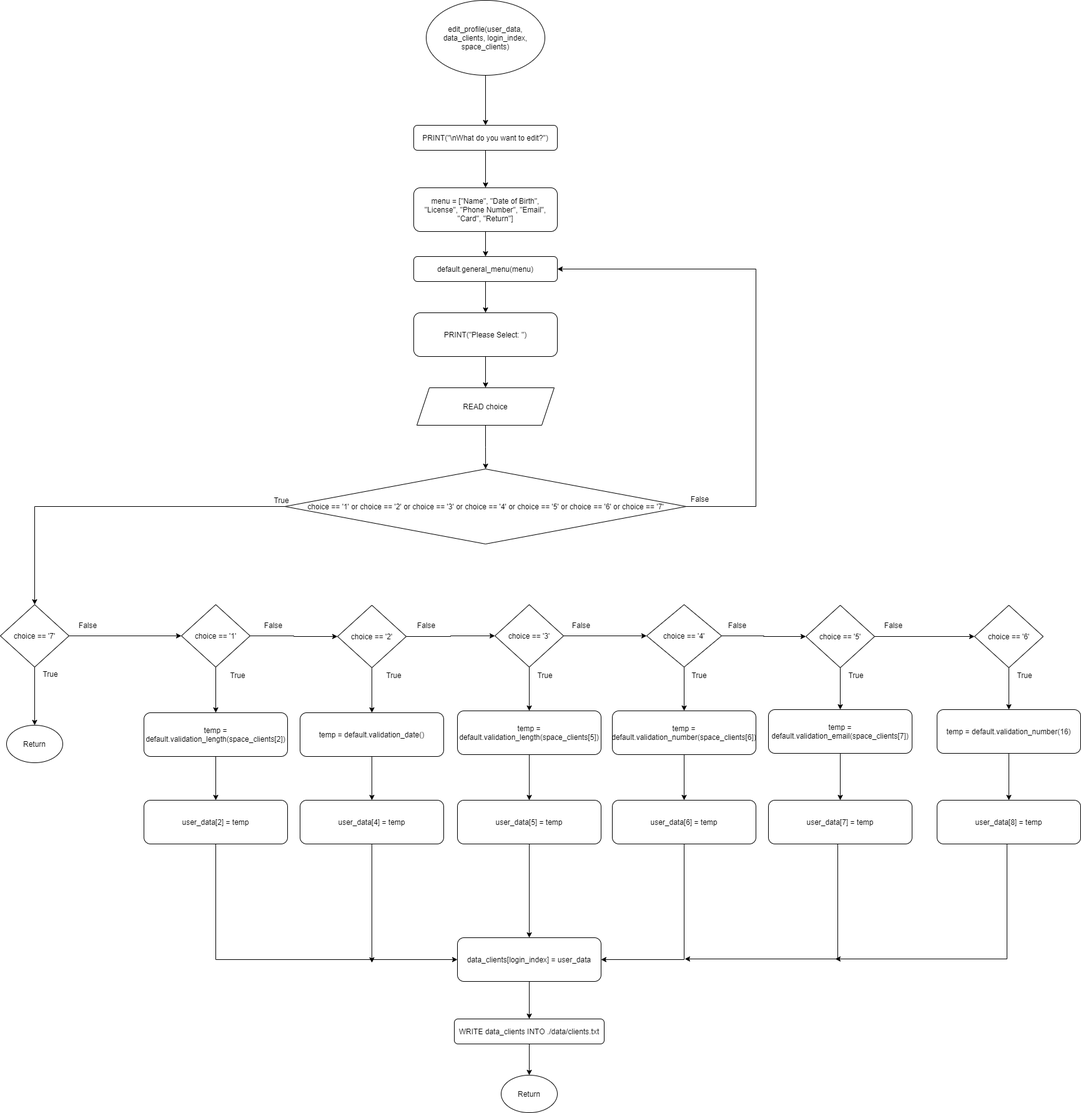
Earlier version of the draw.io export Flowchart/clients/edit_profile.png (RabbitBear00/Car-Rental-System). Source tidied: cells renumbered, new cells last; positions are measured from the earlier drawing's top-left corner, leaving out a move shared by most shapes.
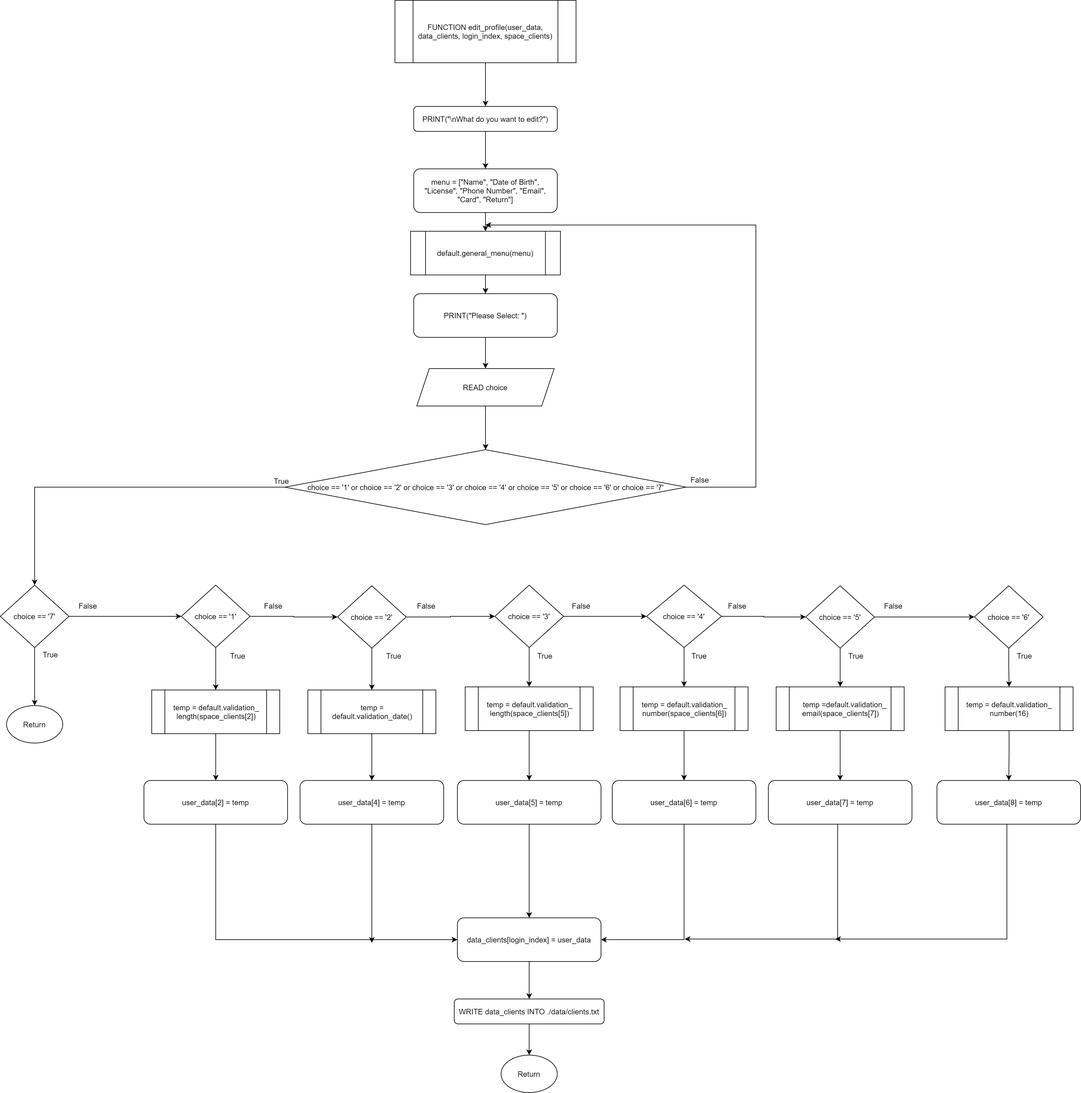
Later version of the same file.

The edit, as a diff of the source:
```diff
@@ -2,19 +2,13 @@
   <root>
     <mxCell id="0" />
     <mxCell id="1" parent="0" />
-    <mxCell id="2" style="edgeStyle=orthogonalEdgeStyle;rounded=0;jettySize=auto;html=1;" parent="1" edge="1" source="3" target="5">
-      <mxGeometry relative="1" as="geometry" />
-    </mxCell>
-    <mxCell id="3" value="edit_profile(user_data, data_clients, login_index, space_clients)" style="ellipse;whiteSpace=wrap;html=1;" parent="1" vertex="1">
-      <mxGeometry x="682" width="190" height="120" as="geometry" />
-    </mxCell>
     <mxCell id="4" style="edgeStyle=orthogonalEdgeStyle;rounded=0;jettySize=auto;html=1;" parent="1" edge="1" source="5" target="7">
       <mxGeometry relative="1" as="geometry" />
     </mxCell>
     <mxCell id="5" value="PRINT(&quot;\nWhat do you want to edit?&quot;)" style="rounded=1;whiteSpace=wrap;html=1;" parent="1" vertex="1">
       <mxGeometry x="662" y="200" width="230" height="40" as="geometry" />
     </mxCell>
-    <mxCell id="6" style="edgeStyle=orthogonalEdgeStyle;rounded=0;jettySize=auto;html=1;" parent="1" edge="1" source="7" target="62">
+    <mxCell id="6" style="edgeStyle=orthogonalEdgeStyle;rounded=0;jettySize=auto;html=1;endFill=1;" parent="1" edge="1" source="7" target="62">
       <mxGeometry relative="1" as="geometry" />
     </mxCell>
     <mxCell id="7" value="menu = [&quot;Name&quot;, &quot;Date of Birth&quot;, &quot;License&quot;, &quot;Phone Number&quot;, &quot;Email&quot;, &quot;Card&quot;, &quot;Return&quot;]" style="rounded=1;whiteSpace=wrap;html=1;" parent="1" vertex="1">
@@ -23,11 +17,12 @@
     <mxCell id="8" style="edgeStyle=orthogonalEdgeStyle;rounded=0;jettySize=auto;html=1;exitX=0;exitY=0.5;exitDx=0;exitDy=0;entryX=0.5;entryY=0;entryDx=0;entryDy=0;" parent="1" edge="1" source="10" target="30">
       <mxGeometry relative="1" as="geometry" />
     </mxCell>
-    <mxCell id="9" style="edgeStyle=orthogonalEdgeStyle;rounded=0;jettySize=auto;html=1;entryX=1;entryY=0.5;entryDx=0;entryDy=0;" parent="1" edge="1" source="10" target="62">
+    <mxCell id="9" style="edgeStyle=orthogonalEdgeStyle;rounded=0;jettySize=auto;html=1;" parent="1" edge="1" source="10">
       <mxGeometry relative="1" as="geometry">
+        <mxPoint x="777" y="390" as="targetPoint" />
         <Array as="points">
           <mxPoint x="1210" y="810" />
-          <mxPoint x="1210" y="430" />
+          <mxPoint x="1210" y="390" />
         </Array>
       </mxGeometry>
     </mxCell>
@@ -37,16 +32,16 @@
     <mxCell id="11" style="edgeStyle=orthogonalEdgeStyle;rounded=0;jettySize=auto;html=1;" parent="1" edge="1" source="13" target="16">
       <mxGeometry relative="1" as="geometry" />
     </mxCell>
-    <mxCell id="12" style="edgeStyle=orthogonalEdgeStyle;rounded=0;jettySize=auto;html=1;" parent="1" edge="1" source="13" target="33">
-      <mxGeometry relative="1" as="geometry" />
-    </mxCell>
+    <mxCell id="83" style="edgeStyle=orthogonalEdgeStyle;rounded=0;jettySize=auto;html=1;endFill=1;" parent="1" edge="1" source="13" target="91">
+      <mxGeometry relative="1" as="geometry" />
+    </mxCell>
     <mxCell id="13" value="choice == '1'" style="rhombus;whiteSpace=wrap;html=1;" parent="1" vertex="1">
       <mxGeometry x="290" y="967" width="110" height="100" as="geometry" />
     </mxCell>
     <mxCell id="14" style="edgeStyle=orthogonalEdgeStyle;rounded=0;jettySize=auto;html=1;" parent="1" edge="1" source="16" target="19">
       <mxGeometry relative="1" as="geometry" />
     </mxCell>
-    <mxCell id="15" style="edgeStyle=orthogonalEdgeStyle;rounded=0;jettySize=auto;html=1;" parent="1" edge="1" source="16" target="35">
+    <mxCell id="15" style="edgeStyle=orthogonalEdgeStyle;rounded=0;jettySize=auto;html=1;endFill=1;" parent="1" edge="1" source="16" target="35">
       <mxGeometry relative="1" as="geometry" />
     </mxCell>
     <mxCell id="16" value="choice == '2'" style="rhombus;whiteSpace=wrap;html=1;" parent="1" vertex="1">
@@ -55,33 +50,33 @@
     <mxCell id="17" style="edgeStyle=orthogonalEdgeStyle;rounded=0;jettySize=auto;html=1;" parent="1" edge="1" source="19" target="22">
       <mxGeometry relative="1" as="geometry" />
     </mxCell>
-    <mxCell id="18" style="edgeStyle=orthogonalEdgeStyle;rounded=0;jettySize=auto;html=1;" parent="1" edge="1" source="19" target="37">
-      <mxGeometry relative="1" as="geometry" />
-    </mxCell>
+    <mxCell id="84" style="edgeStyle=orthogonalEdgeStyle;rounded=0;jettySize=auto;html=1;endFill=1;" parent="1" edge="1" source="19" target="93">
+      <mxGeometry relative="1" as="geometry" />
+    </mxCell>
     <mxCell id="19" value="choice == '3'" style="rhombus;whiteSpace=wrap;html=1;" parent="1" vertex="1">
       <mxGeometry x="792" y="967" width="110" height="100" as="geometry" />
     </mxCell>
     <mxCell id="20" style="edgeStyle=orthogonalEdgeStyle;rounded=0;jettySize=auto;html=1;entryX=0;entryY=0.5;entryDx=0;entryDy=0;" parent="1" edge="1" source="22" target="25">
       <mxGeometry relative="1" as="geometry" />
     </mxCell>
-    <mxCell id="21" style="edgeStyle=orthogonalEdgeStyle;rounded=0;jettySize=auto;html=1;" parent="1" edge="1" source="22" target="39">
-      <mxGeometry relative="1" as="geometry" />
-    </mxCell>
+    <mxCell id="85" style="edgeStyle=orthogonalEdgeStyle;rounded=0;jettySize=auto;html=1;endFill=1;" parent="1" edge="1" source="22" target="95">
+      <mxGeometry relative="1" as="geometry" />
+    </mxCell>
     <mxCell id="22" value="choice == '4'" style="rhombus;whiteSpace=wrap;html=1;" parent="1" vertex="1">
       <mxGeometry x="1035" y="967" width="120" height="100" as="geometry" />
     </mxCell>
     <mxCell id="23" style="edgeStyle=orthogonalEdgeStyle;rounded=0;jettySize=auto;html=1;entryX=0;entryY=0.5;entryDx=0;entryDy=0;" parent="1" edge="1" source="25" target="27">
       <mxGeometry relative="1" as="geometry" />
     </mxCell>
-    <mxCell id="24" style="edgeStyle=orthogonalEdgeStyle;rounded=0;jettySize=auto;html=1;" parent="1" edge="1" source="25" target="41">
-      <mxGeometry relative="1" as="geometry" />
-    </mxCell>
+    <mxCell id="86" style="edgeStyle=orthogonalEdgeStyle;rounded=0;jettySize=auto;html=1;endFill=1;" parent="1" edge="1" source="25" target="97">
+      <mxGeometry relative="1" as="geometry" />
+    </mxCell>
     <mxCell id="25" value="choice == '5'" style="rhombus;whiteSpace=wrap;html=1;" parent="1" vertex="1">
       <mxGeometry x="1290" y="968" width="110" height="100" as="geometry" />
     </mxCell>
-    <mxCell id="26" style="edgeStyle=orthogonalEdgeStyle;rounded=0;jettySize=auto;html=1;" parent="1" edge="1" source="27" target="43">
-      <mxGeometry relative="1" as="geometry" />
-    </mxCell>
+    <mxCell id="87" style="edgeStyle=orthogonalEdgeStyle;rounded=0;jettySize=auto;html=1;endFill=1;" parent="1" edge="1" source="27" target="99">
+      <mxGeometry relative="1" as="geometry" />
+    </mxCell>
     <mxCell id="27" value="choice == '6'" style="rhombus;whiteSpace=wrap;html=1;" parent="1" vertex="1">
       <mxGeometry x="1560" y="968" width="110" height="100" as="geometry" />
     </mxCell>
@@ -97,42 +92,6 @@
     <mxCell id="31" value="Return" style="ellipse;whiteSpace=wrap;html=1;" parent="1" vertex="1">
       <mxGeometry x="10" y="1160" width="90" height="60" as="geometry" />
     </mxCell>
-    <mxCell id="32" style="edgeStyle=orthogonalEdgeStyle;rounded=0;jettySize=auto;html=1;" parent="1" edge="1" source="33" target="45">
-      <mxGeometry relative="1" as="geometry" />
-    </mxCell>
-    <mxCell id="33" value="temp = default.validation_length(space_clients[2])" style="rounded=1;whiteSpace=wrap;html=1;" parent="1" vertex="1">
-      <mxGeometry x="230" y="1140" width="230" height="70" as="geometry" />
-    </mxCell>
-    <mxCell id="34" style="edgeStyle=orthogonalEdgeStyle;rounded=0;jettySize=auto;html=1;" parent="1" edge="1" source="35" target="47">
-      <mxGeometry relative="1" as="geometry" />
-    </mxCell>
-    <mxCell id="35" value="temp = default.validation_date()" style="rounded=1;whiteSpace=wrap;html=1;" parent="1" vertex="1">
-      <mxGeometry x="480" y="1140" width="230" height="70" as="geometry" />
-    </mxCell>
-    <mxCell id="36" style="edgeStyle=orthogonalEdgeStyle;rounded=0;jettySize=auto;html=1;" parent="1" edge="1" source="37" target="49">
-      <mxGeometry relative="1" as="geometry" />
-    </mxCell>
-    <mxCell id="37" value="temp = default.validation_length(space_clients[5])" style="rounded=1;whiteSpace=wrap;html=1;" parent="1" vertex="1">
-      <mxGeometry x="732" y="1137" width="230" height="70" as="geometry" />
-    </mxCell>
-    <mxCell id="38" style="edgeStyle=orthogonalEdgeStyle;rounded=0;jettySize=auto;html=1;" parent="1" edge="1" source="39" target="51">
-      <mxGeometry relative="1" as="geometry" />
-    </mxCell>
-    <mxCell id="39" value="temp = default.validation_number(space_clients[6])" style="rounded=1;whiteSpace=wrap;html=1;" parent="1" vertex="1">
-      <mxGeometry x="980" y="1137" width="230" height="70" as="geometry" />
-    </mxCell>
-    <mxCell id="40" style="edgeStyle=orthogonalEdgeStyle;rounded=0;jettySize=auto;html=1;" parent="1" edge="1" source="41" target="53">
-      <mxGeometry relative="1" as="geometry" />
-    </mxCell>
-    <mxCell id="41" value="temp = default.validation_email(space_clients[7])" style="rounded=1;whiteSpace=wrap;html=1;" parent="1" vertex="1">
-      <mxGeometry x="1230" y="1135" width="230" height="70" as="geometry" />
-    </mxCell>
-    <mxCell id="42" style="edgeStyle=orthogonalEdgeStyle;rounded=0;jettySize=auto;html=1;" parent="1" edge="1" source="43" target="55">
-      <mxGeometry relative="1" as="geometry" />
-    </mxCell>
-    <mxCell id="43" value="temp = default.validation_number(16)" style="rounded=1;whiteSpace=wrap;html=1;" parent="1" vertex="1">
-      <mxGeometry x="1500" y="1135" width="230" height="70" as="geometry" />
-    </mxCell>
     <mxCell id="44" style="edgeStyle=orthogonalEdgeStyle;rounded=0;jettySize=auto;html=1;entryX=0;entryY=0.5;entryDx=0;entryDy=0;" parent="1" edge="1" source="45" target="79">
       <mxGeometry relative="1" as="geometry">
         <Array as="points">
@@ -206,12 +165,6 @@
     <mxCell id="60" value="READ choice" style="shape=parallelogram;perimeter=parallelogramPerimeter;whiteSpace=wrap;html=1;fixedSize=1;" parent="1" vertex="1">
       <mxGeometry x="667" y="620" width="220" height="60" as="geometry" />
     </mxCell>
-    <mxCell id="61" style="edgeStyle=orthogonalEdgeStyle;rounded=0;jettySize=auto;html=1;" parent="1" edge="1" source="62" target="57">
-      <mxGeometry relative="1" as="geometry" />
-    </mxCell>
-    <mxCell id="62" value="default.general_menu(menu)" style="rounded=1;whiteSpace=wrap;html=1;" parent="1" vertex="1">
-      <mxGeometry x="662" y="410" width="230" height="40" as="geometry" />
-    </mxCell>
     <mxCell id="63" value="True" style="text;html=1;align=center;verticalAlign=middle;strokeColor=none;" parent="1" vertex="1">
       <mxGeometry x="60" y="1068" width="40" height="20" as="geometry" />
     </mxCell>
@@ -272,5 +225,53 @@
     <mxCell id="82" value="Return" style="ellipse;whiteSpace=wrap;html=1;" parent="1" vertex="1">
       <mxGeometry x="802" y="1720" width="90" height="60" as="geometry" />
     </mxCell>
+    <mxCell id="88" style="edgeStyle=orthogonalEdgeStyle;rounded=0;jettySize=auto;html=1;endFill=1;" parent="1" edge="1" source="89" target="5">
+      <mxGeometry relative="1" as="geometry" />
+    </mxCell>
+    <mxCell id="89" value="FUNCTION edit_profile(user_data, data_clients, login_index, space_clients)" style="shape=process;whiteSpace=wrap;html=1;backgroundOutline=1;" parent="1" vertex="1">
+      <mxGeometry x="632" y="30" width="290" height="100" as="geometry" />
+    </mxCell>
+    <mxCell id="90" style="edgeStyle=orthogonalEdgeStyle;rounded=0;jettySize=auto;html=1;endFill=1;" parent="1" edge="1" source="91" target="45">
+      <mxGeometry relative="1" as="geometry" />
+    </mxCell>
+    <mxCell id="91" value="temp = default.validation_ length(space_clients[2])" style="shape=process;whiteSpace=wrap;html=1;backgroundOutline=1;" parent="1" vertex="1">
+      <mxGeometry x="242.5" y="1135" width="205" height="70" as="geometry" />
+    </mxCell>
+    <mxCell id="34" style="edgeStyle=orthogonalEdgeStyle;rounded=0;jettySize=auto;html=1;endFill=1;" parent="1" edge="1" source="35" target="47">
+      <mxGeometry relative="1" as="geometry" />
+    </mxCell>
+    <mxCell id="35" value="temp = default.validation_date()" style="shape=process;whiteSpace=wrap;html=1;backgroundOutline=1;" parent="1" vertex="1">
+      <mxGeometry x="492.5" y="1135" width="205" height="70" as="geometry" />
+    </mxCell>
+    <mxCell id="92" style="edgeStyle=orthogonalEdgeStyle;rounded=0;jettySize=auto;html=1;endFill=1;" parent="1" edge="1" source="93" target="49">
+      <mxGeometry relative="1" as="geometry" />
+    </mxCell>
+    <mxCell id="93" value="temp = default.validation_ length(space_clients[5])" style="shape=process;whiteSpace=wrap;html=1;backgroundOutline=1;" parent="1" vertex="1">
+      <mxGeometry x="744.5" y="1130" width="205" height="70" as="geometry" />
+    </mxCell>
+    <mxCell id="94" style="edgeStyle=orthogonalEdgeStyle;rounded=0;jettySize=auto;html=1;endFill=1;" parent="1" edge="1" source="95" target="51">
+      <mxGeometry relative="1" as="geometry" />
+    </mxCell>
+    <mxCell id="95" value="temp = default.validation_ number(space_clients[6])" style="shape=process;whiteSpace=wrap;html=1;backgroundOutline=1;" parent="1" vertex="1">
+      <mxGeometry x="992.5" y="1130" width="205" height="70" as="geometry" />
+    </mxCell>
+    <mxCell id="96" style="edgeStyle=orthogonalEdgeStyle;rounded=0;jettySize=auto;html=1;endFill=1;" parent="1" edge="1" source="97" target="53">
+      <mxGeometry relative="1" as="geometry" />
+    </mxCell>
+    <mxCell id="97" value="&lt;div&gt;&amp;nbsp; &amp;nbsp; temp =default.validation_ email(space_clients[7])&lt;/div&gt;" style="shape=process;whiteSpace=wrap;html=1;backgroundOutline=1;" parent="1" vertex="1">
+      <mxGeometry x="1242.5" y="1130" width="205" height="70" as="geometry" />
+    </mxCell>
+    <mxCell id="98" style="edgeStyle=orthogonalEdgeStyle;rounded=0;jettySize=auto;html=1;endFill=1;" parent="1" edge="1" source="99" target="55">
+      <mxGeometry relative="1" as="geometry" />
+    </mxCell>
+    <mxCell id="99" value="temp = default.validation_ number(16)" style="shape=process;whiteSpace=wrap;html=1;backgroundOutline=1;" parent="1" vertex="1">
+      <mxGeometry x="1513" y="1130" width="205" height="70" as="geometry" />
+    </mxCell>
+    <mxCell id="61" style="edgeStyle=orthogonalEdgeStyle;rounded=0;jettySize=auto;html=1;endFill=1;" parent="1" edge="1" source="62" target="57">
+      <mxGeometry relative="1" as="geometry" />
+    </mxCell>
+    <mxCell id="62" value="default.general_menu(menu)" style="shape=process;whiteSpace=wrap;html=1;backgroundOutline=1;" parent="1" vertex="1">
+      <mxGeometry x="657" y="400" width="240" height="70" as="geometry" />
+    </mxCell>
   </root>
 </mxGraphModel>
```
